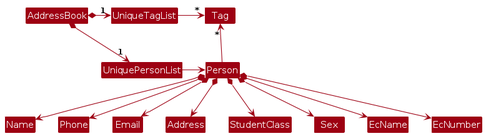
This is diagrams/BetterModelClassDiagram.png from AY2425S1-CS2103-F12-4/tp, a PlantUML export, as it was before one commit. Its source is kept beside it as diagrams/BetterModelClassDiagram.puml.
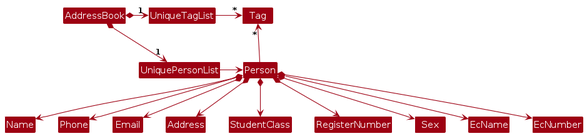
The same file after the commit.

Diff of the diagram source:
```diff
@@ -19,6 +19,7 @@
 Person *--> Email
 Person *--> Address
 Person *--> StudentClass
+Person *--> RegisterNumber
 Person *--> Sex
 Person *--> EcName
 Person *--> EcNumber
```
